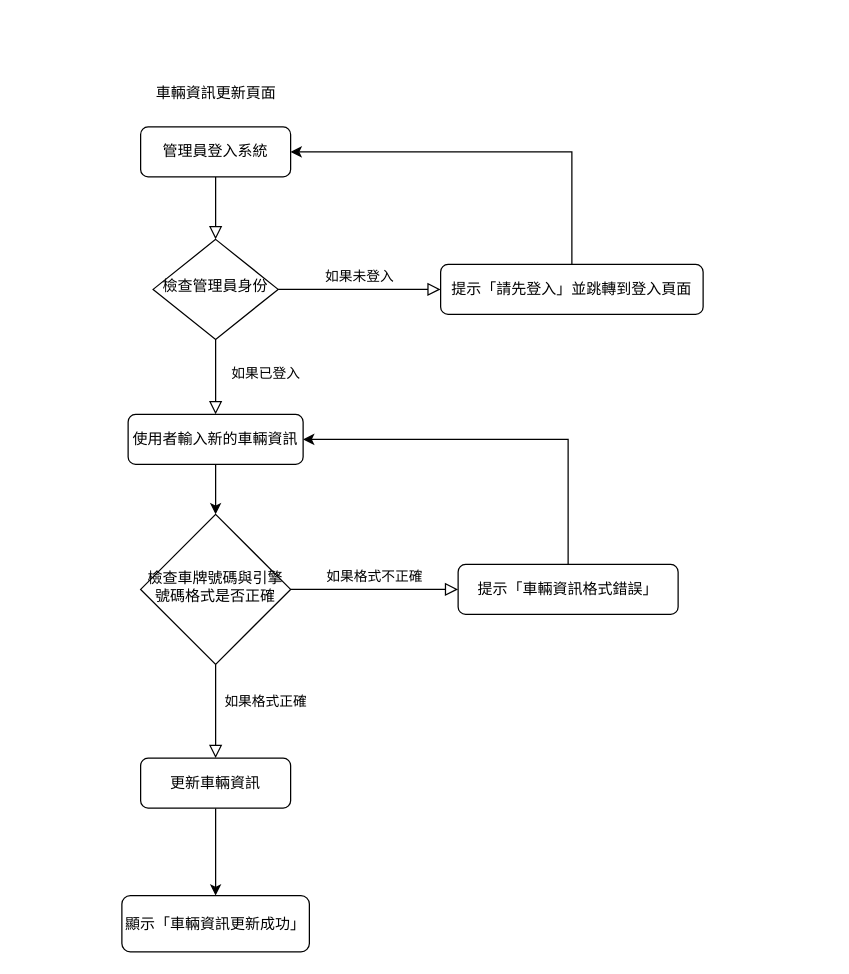
hak99101314/Maintenance-inquiry-system keeps this draw.io diagram as 系統流程圖(車輛資訊更新頁面).drawio. Above is the earlier version. Source tidied: cells renumbered, new cells numbered last; positions are measured from the earlier drawing's top-left corner, leaving out a move shared by most shapes. Both pictures are drawn from the tidied source at 125%, with x=0, y=0 at pixel (121, 74).
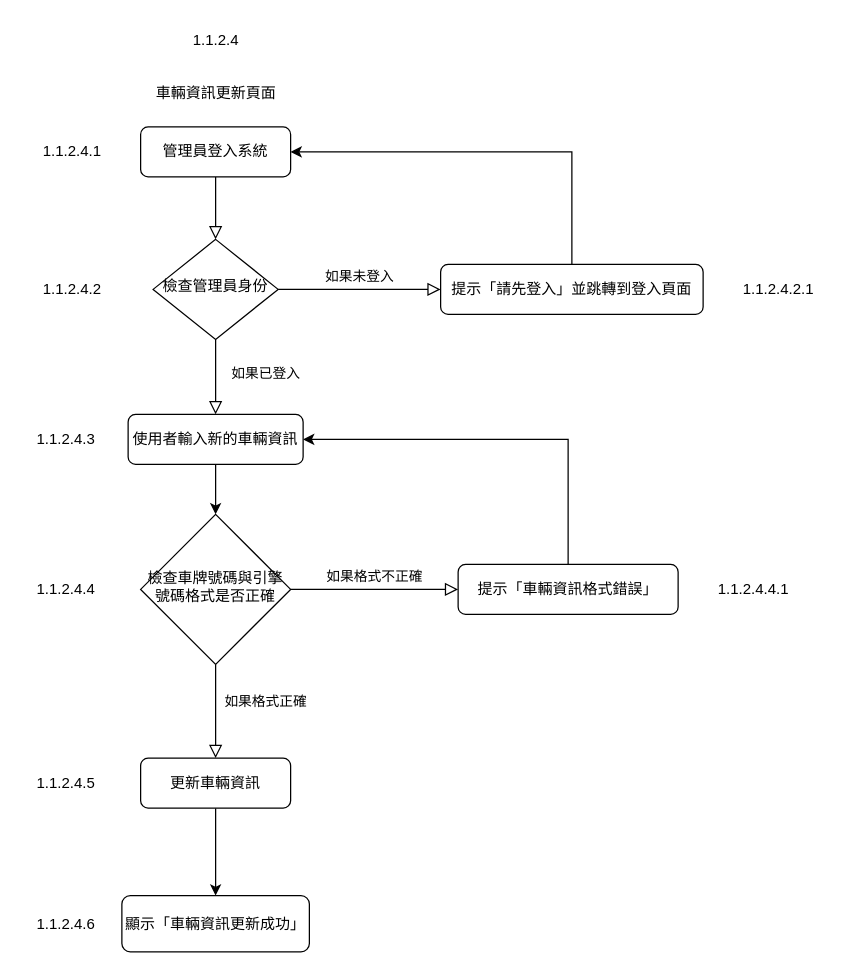
The same page after the edit.

Commit message (it also covers changes not shown here):
更新系統流程圖(車輛資訊更新頁面).drawio

What changed in the source:
```diff
@@
+    <mxCell id="20" value="1.1.2.4" style="text;html=1;align=center;verticalAlign=middle;strokeColor=none;fillColor=none;" parent="1" vertex="1">
+      <mxGeometry x="45" y="-42" width="60" height="30" as="geometry" />
+    </mxCell>
+    <mxCell id="21" value="1.1.2.4.1" style="text;html=1;align=center;verticalAlign=middle;strokeColor=none;fillColor=none;" parent="1" vertex="1">
+      <mxGeometry x="-75" y="47" width="70" height="30" as="geometry" />
+    </mxCell>
+    <mxCell id="22" value="1.1.2.4.2" style="text;html=1;align=center;verticalAlign=middle;strokeColor=none;fillColor=none;" parent="1" vertex="1">
+      <mxGeometry x="-75" y="157" width="70" height="30" as="geometry" />
+    </mxCell>
+    <mxCell id="23" value="1.1.2.4.2.1" style="text;html=1;align=center;verticalAlign=middle;strokeColor=none;fillColor=none;" parent="1" vertex="1">
+      <mxGeometry x="485" y="157" width="80" height="30" as="geometry" />
+    </mxCell>
+    <mxCell id="24" value="1.1.2.4.3" style="text;html=1;align=center;verticalAlign=middle;strokeColor=none;fillColor=none;" parent="1" vertex="1">
+      <mxGeometry x="-80" y="277" width="70" height="30" as="geometry" />
+    </mxCell>
+    <mxCell id="25" value="1.1.2.4.4" style="text;html=1;align=center;verticalAlign=middle;strokeColor=none;fillColor=none;" parent="1" vertex="1">
+      <mxGeometry x="-80" y="397" width="70" height="30" as="geometry" />
+    </mxCell>
+    <mxCell id="26" value="1.1.2.4.4.1" style="text;html=1;align=center;verticalAlign=middle;strokeColor=none;fillColor=none;" parent="1" vertex="1">
+      <mxGeometry x="465" y="397" width="80" height="30" as="geometry" />
+    </mxCell>
+    <mxCell id="27" value="1.1.2.4.5" style="text;html=1;align=center;verticalAlign=middle;strokeColor=none;fillColor=none;" parent="1" vertex="1">
+      <mxGeometry x="-80" y="552" width="70" height="30" as="geometry" />
+    </mxCell>
+    <mxCell id="28" value="1.1.2.4.6" style="text;html=1;align=center;verticalAlign=middle;strokeColor=none;fillColor=none;" parent="1" vertex="1">
+      <mxGeometry x="-80" y="664.5" width="70" height="30" as="geometry" />
+    </mxCell>
```
